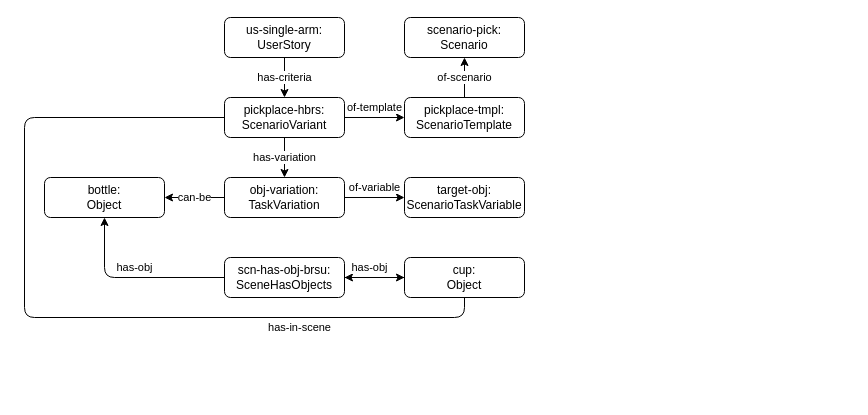
Earlier version of the draw.io diagram page "pick-variants" (7 of 8) of bdd-example-pickplace.drawio (minhnh/drawio-diagrams). Source tidied: cells renumbered, new cells numbered last; positions are measured from the earlier drawing's top-left corner, leaving out a move shared by most shapes. Both pictures are drawn from the tidied source at 100%, with x=0, y=0 at pixel (24, 17).
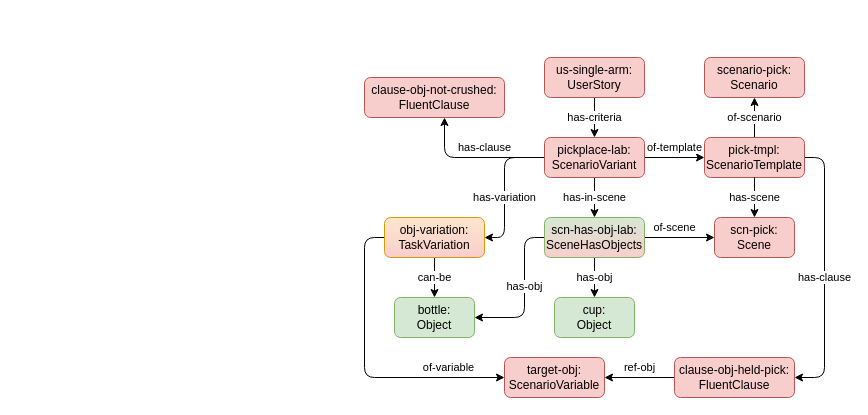
Above is the later version.

What changed in the source:
```diff
@@
-    <mxCell id="2" value="scenario-pick: Scenario" style="rounded=1;whiteSpace=wrap;html=1;" parent="1" vertex="1">
-      <mxGeometry x="380" width="120" height="40" as="geometry" />
+    <mxCell id="2" value="scenario-pick: Scenario" style="rounded=1;whiteSpace=wrap;html=1;fillColor=#f8cecc;strokeColor=#b85450;" parent="1" vertex="1">
+      <mxGeometry x="680" y="40" width="100" height="40" as="geometry" />
     </mxCell>
-    <mxCell id="3" value="of-scenario" style="edgeStyle=orthogonalEdgeStyle;shape=connector;rounded=1;jettySize=auto;html=1;labelBackgroundColor=default;strokeColor=default;align=center;verticalAlign=middle;fontFamily=Helvetica;fontSize=11;fontColor=default;endArrow=classic;" parent="1" edge="1" source="4" target="2">
+    <mxCell id="3" value="of-scenario" style="edgeStyle=orthogonalEdgeStyle;shape=connector;rounded=1;jettySize=auto;html=1;labelBackgroundColor=default;strokeColor=default;align=center;verticalAlign=middle;fontFamily=Helvetica;fontSize=11;fontColor=default;endArrow=classic;" parent="1" edge="1" source="21" target="2">
       <mxGeometry relative="1" as="geometry" />
     </mxCell>
-    <mxCell id="4" value="pickplace-tmpl: ScenarioTemplate" style="rounded=1;whiteSpace=wrap;html=1;" parent="1" vertex="1">
-      <mxGeometry x="380" y="80" width="120" height="40" as="geometry" />
-    </mxCell>
-    <mxCell id="5" value="target-obj: ScenarioTaskVariable" style="rounded=1;whiteSpace=wrap;html=1;" parent="1" vertex="1">
-      <mxGeometry x="380" y="160" width="120" height="40" as="geometry" />
-    </mxCell>
+    <mxCell id="20" value="has-clause" style="edgeStyle=orthogonalEdgeStyle;shape=connector;rounded=1;jumpStyle=arc;jettySize=auto;html=1;labelBackgroundColor=default;strokeColor=default;align=center;verticalAlign=middle;fontFamily=Helvetica;fontSize=11;fontColor=default;endArrow=classic;" parent="1" edge="1" source="21" target="32">
+      <mxGeometry x="0.04" relative="1" as="geometry">
+        <Array as="points">
+          <mxPoint x="800" y="140" />
+          <mxPoint x="800" y="360" />
+        </Array>
+      </mxGeometry>
+    </mxCell>
+    <mxCell id="21" value="pick-tmpl: ScenarioTemplate" style="rounded=1;whiteSpace=wrap;html=1;fillColor=#f8cecc;strokeColor=#b85450;" parent="1" vertex="1">
+      <mxGeometry x="680" y="120" width="100" height="40" as="geometry" />
+    </mxCell>
+    <mxCell id="22" value="target-obj: ScenarioVariable" style="rounded=1;whiteSpace=wrap;html=1;fillColor=#f8cecc;strokeColor=#b85450;" parent="1" vertex="1">
+      <mxGeometry x="480" y="340" width="100" height="40" as="geometry" />
+    </mxCell>
-    <mxCell id="6" value="has-criteria" style="edgeStyle=orthogonalEdgeStyle;rounded=1;jettySize=auto;html=1;labelBackgroundColor=default;" parent="1" edge="1" source="7" target="15">
+    <mxCell id="6" value="has-criteria" style="edgeStyle=orthogonalEdgeStyle;rounded=1;jettySize=auto;html=1;labelBackgroundColor=default;" parent="1" edge="1" source="7" target="24">
       <mxGeometry relative="1" as="geometry" />
     </mxCell>
-    <mxCell id="7" value="us-single-arm: UserStory" style="rounded=1;whiteSpace=wrap;html=1;" parent="1" vertex="1">
-      <mxGeometry x="200" width="120" height="40" as="geometry" />
+    <mxCell id="7" value="us-single-arm: UserStory" style="rounded=1;whiteSpace=wrap;html=1;fillColor=#f8cecc;strokeColor=#b85450;" parent="1" vertex="1">
+      <mxGeometry x="520" y="40" width="100" height="40" as="geometry" />
     </mxCell>
@@
-    <mxCell id="9" value="of-variable" style="edgeStyle=orthogonalEdgeStyle;shape=connector;rounded=1;jettySize=auto;html=1;labelBackgroundColor=default;strokeColor=default;align=center;verticalAlign=middle;fontFamily=Helvetica;fontSize=11;fontColor=default;endArrow=classic;jumpStyle=arc;" parent="1" edge="1" source="10" target="5">
-      <mxGeometry y="10" relative="1" as="geometry" />
+    <mxCell id="9" value="of-variable" style="edgeStyle=orthogonalEdgeStyle;shape=connector;rounded=1;jettySize=auto;html=1;labelBackgroundColor=default;strokeColor=default;align=center;verticalAlign=middle;fontFamily=Helvetica;fontSize=11;fontColor=default;endArrow=classic;jumpStyle=arc;" parent="1" edge="1" source="10" target="22">
+      <mxGeometry x="0.63" y="10" relative="1" as="geometry">
+        <Array as="points">
+          <mxPoint x="340" y="220" />
+          <mxPoint x="340" y="360" />
+        </Array>
+      </mxGeometry>
     </mxCell>
-    <mxCell id="10" value="obj-variation: TaskVariation" style="rounded=1;whiteSpace=wrap;html=1;" parent="1" vertex="1">
-      <mxGeometry x="200" y="160" width="120" height="40" as="geometry" />
+    <mxCell id="10" value="obj-variation: TaskVariation" style="rounded=1;whiteSpace=wrap;html=1;fillColor=#ffe6cc;strokeColor=#d79b00;gradientColor=#F8CECC;" parent="1" vertex="1">
+      <mxGeometry x="360" y="200" width="100" height="40" as="geometry" />
     </mxCell>
-    <mxCell id="11" value="bottle:&lt;br&gt;Object" style="rounded=1;whiteSpace=wrap;html=1;" parent="1" vertex="1">
-      <mxGeometry x="20" y="160" width="120" height="40" as="geometry" />
+    <mxCell id="11" value="bottle:&lt;br&gt;Object" style="rounded=1;whiteSpace=wrap;html=1;fillColor=#d5e8d4;strokeColor=#82b366;" parent="1" vertex="1">
+      <mxGeometry x="370" y="280" width="80" height="40" as="geometry" />
     </mxCell>
-    <mxCell id="12" value="has-variation" style="edgeStyle=orthogonalEdgeStyle;rounded=1;jettySize=auto;html=1;labelBackgroundColor=default;" parent="1" edge="1" source="15" target="10">
-      <mxGeometry relative="1" as="geometry">
+    <mxCell id="12" value="has-variation" style="edgeStyle=orthogonalEdgeStyle;rounded=1;jettySize=auto;html=1;labelBackgroundColor=default;" parent="1" edge="1" source="24" target="10">
+      <mxGeometry x="0.14" relative="1" as="geometry">
         <Array as="points">
-          <mxPoint x="257.5" y="180" />
-          <mxPoint x="257.5" y="180" />
+          <mxPoint x="480" y="140" />
+          <mxPoint x="480" y="220" />
         </Array>
       </mxGeometry>
     </mxCell>
-    <mxCell id="13" value="of-template" style="edgeStyle=orthogonalEdgeStyle;rounded=0;jettySize=auto;html=1;" parent="1" edge="1" source="15" target="4">
+    <mxCell id="13" value="of-template" style="edgeStyle=orthogonalEdgeStyle;rounded=0;jettySize=auto;html=1;" parent="1" edge="1" source="24" target="21">
       <mxGeometry y="10" relative="1" as="geometry" />
     </mxCell>
-    <mxCell id="14" value="has-in-scene" style="edgeStyle=orthogonalEdgeStyle;shape=connector;rounded=1;jettySize=auto;html=1;labelBackgroundColor=default;strokeColor=default;align=center;verticalAlign=middle;fontFamily=Helvetica;fontSize=11;fontColor=default;endArrow=classic;" parent="1" edge="1" source="15" target="18">
-      <mxGeometry x="0.35" y="-10" relative="1" as="geometry">
-        <Array as="points">
-          <mxPoint y="100" />
-          <mxPoint y="300" />
-          <mxPoint x="440" y="300" />
-        </Array>
-      </mxGeometry>
+    <mxCell id="14" value="has-in-scene" style="edgeStyle=orthogonalEdgeStyle;shape=connector;rounded=1;jettySize=auto;html=1;labelBackgroundColor=default;strokeColor=default;align=center;verticalAlign=middle;fontFamily=Helvetica;fontSize=11;fontColor=default;endArrow=classic;" parent="1" edge="1" source="24" target="28">
+      <mxGeometry relative="1" as="geometry" />
     </mxCell>
-    <mxCell id="15" value="pickplace-hbrs: ScenarioVariant" style="rounded=1;whiteSpace=wrap;html=1;" parent="1" vertex="1">
-      <mxGeometry x="200" y="80" width="120" height="40" as="geometry" />
-    </mxCell>
-    <mxCell id="16" value="has-obj" style="edgeStyle=orthogonalEdgeStyle;shape=connector;rounded=1;jettySize=auto;html=1;labelBackgroundColor=default;strokeColor=default;align=center;verticalAlign=middle;fontFamily=Helvetica;fontSize=11;fontColor=default;endArrow=classic;" parent="1" edge="1" source="18" target="11">
-      <mxGeometry y="-10" relative="1" as="geometry" />
-    </mxCell>
-    <mxCell id="17" value="has-obj" style="edgeStyle=orthogonalEdgeStyle;shape=connector;rounded=1;jettySize=auto;html=1;labelBackgroundColor=default;strokeColor=default;align=center;verticalAlign=middle;fontFamily=Helvetica;fontSize=11;fontColor=default;endArrow=classic;" parent="1" edge="1" source="18" target="19">
-      <mxGeometry x="-0.17" y="10" relative="1" as="geometry">
-        <Array as="points">
-          <mxPoint x="410" y="260" />
-        </Array>
-      </mxGeometry>
-    </mxCell>
-    <mxCell id="18" value="scn-has-obj-brsu: SceneHasObjects" style="rounded=1;whiteSpace=wrap;html=1;" parent="1" vertex="1">
-      <mxGeometry x="200" y="240" width="120" height="40" as="geometry" />
-    </mxCell>
+    <mxCell id="23" value="has-clause" style="edgeStyle=orthogonalEdgeStyle;shape=connector;rounded=1;jettySize=auto;html=1;labelBackgroundColor=default;strokeColor=default;align=center;verticalAlign=middle;fontFamily=Helvetica;fontSize=11;fontColor=default;endArrow=classic;" parent="1" edge="1" source="24" target="33">
+      <mxGeometry x="-0.14" y="-10" relative="1" as="geometry">
+        <Array as="points">
+          <mxPoint x="420" y="140" />
+        </Array>
+      </mxGeometry>
+    </mxCell>
+    <mxCell id="24" value="pickplace-lab: ScenarioVariant" style="rounded=1;whiteSpace=wrap;html=1;fillColor=#f8cecc;strokeColor=#b85450;" parent="1" vertex="1">
+      <mxGeometry x="520" y="120" width="100" height="40" as="geometry" />
+    </mxCell>
+    <mxCell id="25" value="has-obj" style="edgeStyle=orthogonalEdgeStyle;shape=connector;rounded=1;jettySize=auto;html=1;labelBackgroundColor=default;strokeColor=default;align=center;verticalAlign=middle;fontFamily=Helvetica;fontSize=11;fontColor=default;endArrow=classic;" parent="1" edge="1" source="28" target="11">
+      <mxGeometry x="-0.08" relative="1" as="geometry">
+        <Array as="points">
+          <mxPoint x="500" y="220" />
+          <mxPoint x="500" y="300" />
+        </Array>
+      </mxGeometry>
+    </mxCell>
+    <mxCell id="26" value="of-scene" style="edgeStyle=orthogonalEdgeStyle;shape=connector;rounded=1;jettySize=auto;html=1;labelBackgroundColor=default;strokeColor=default;align=center;verticalAlign=middle;fontFamily=Helvetica;fontSize=11;fontColor=default;endArrow=classic;" parent="1" edge="1" source="28" target="30">
+      <mxGeometry x="-0.14" y="10" relative="1" as="geometry" />
+    </mxCell>
+    <mxCell id="27" value="has-obj" style="edgeStyle=orthogonalEdgeStyle;shape=connector;rounded=1;jettySize=auto;html=1;labelBackgroundColor=default;strokeColor=default;align=center;verticalAlign=middle;fontFamily=Helvetica;fontSize=11;fontColor=default;endArrow=classic;" parent="1" edge="1" source="28" target="19">
+      <mxGeometry relative="1" as="geometry" />
+    </mxCell>
+    <mxCell id="28" value="scn-has-obj-lab: SceneHasObjects" style="rounded=1;whiteSpace=wrap;html=1;fillColor=#d5e8d4;strokeColor=#82b366;gradientColor=#F8CECC;" parent="1" vertex="1">
+      <mxGeometry x="520" y="200" width="100" height="40" as="geometry" />
+    </mxCell>
+    <mxCell id="29" value="has-scene" style="edgeStyle=orthogonalEdgeStyle;shape=connector;rounded=1;jettySize=auto;html=1;labelBackgroundColor=default;strokeColor=default;align=center;verticalAlign=middle;fontFamily=Helvetica;fontSize=11;fontColor=default;endArrow=classic;" parent="1" edge="1" source="21" target="30">
+      <mxGeometry relative="1" as="geometry" />
+    </mxCell>
+    <mxCell id="30" value="scn-pick:&lt;br&gt;Scene" style="rounded=1;whiteSpace=wrap;html=1;fillColor=#f8cecc;strokeColor=#b85450;" parent="1" vertex="1">
+      <mxGeometry x="690" y="200" width="80" height="40" as="geometry" />
+    </mxCell>
-    <mxCell id="19" value="cup:&lt;br&gt;Object" style="rounded=1;whiteSpace=wrap;html=1;" parent="1" vertex="1">
-      <mxGeometry x="380" y="240" width="120" height="40" as="geometry" />
+    <mxCell id="19" value="cup:&lt;br&gt;Object" style="rounded=1;whiteSpace=wrap;html=1;fillColor=#d5e8d4;strokeColor=#82b366;" parent="1" vertex="1">
+      <mxGeometry x="530" y="280" width="80" height="40" as="geometry" />
     </mxCell>
+    <mxCell id="31" value="ref-obj" style="edgeStyle=orthogonalEdgeStyle;shape=connector;rounded=1;jumpStyle=arc;jettySize=auto;html=1;labelBackgroundColor=default;strokeColor=default;align=center;verticalAlign=middle;fontFamily=Helvetica;fontSize=11;fontColor=default;endArrow=classic;" parent="1" edge="1" source="32" target="22">
+      <mxGeometry y="-10" relative="1" as="geometry" />
+    </mxCell>
+    <mxCell id="32" value="clause-obj-held-pick: FluentClause" style="rounded=1;whiteSpace=wrap;html=1;fillColor=#f8cecc;strokeColor=#b85450;" parent="1" vertex="1">
+      <mxGeometry x="650" y="340" width="120" height="40" as="geometry" />
+    </mxCell>
+    <mxCell id="33" value="clause-obj-not-crushed: FluentClause" style="rounded=1;whiteSpace=wrap;html=1;fillColor=#f8cecc;strokeColor=#b85450;" parent="1" vertex="1">
+      <mxGeometry x="340" y="60" width="140" height="40" as="geometry" />
+    </mxCell>
```
